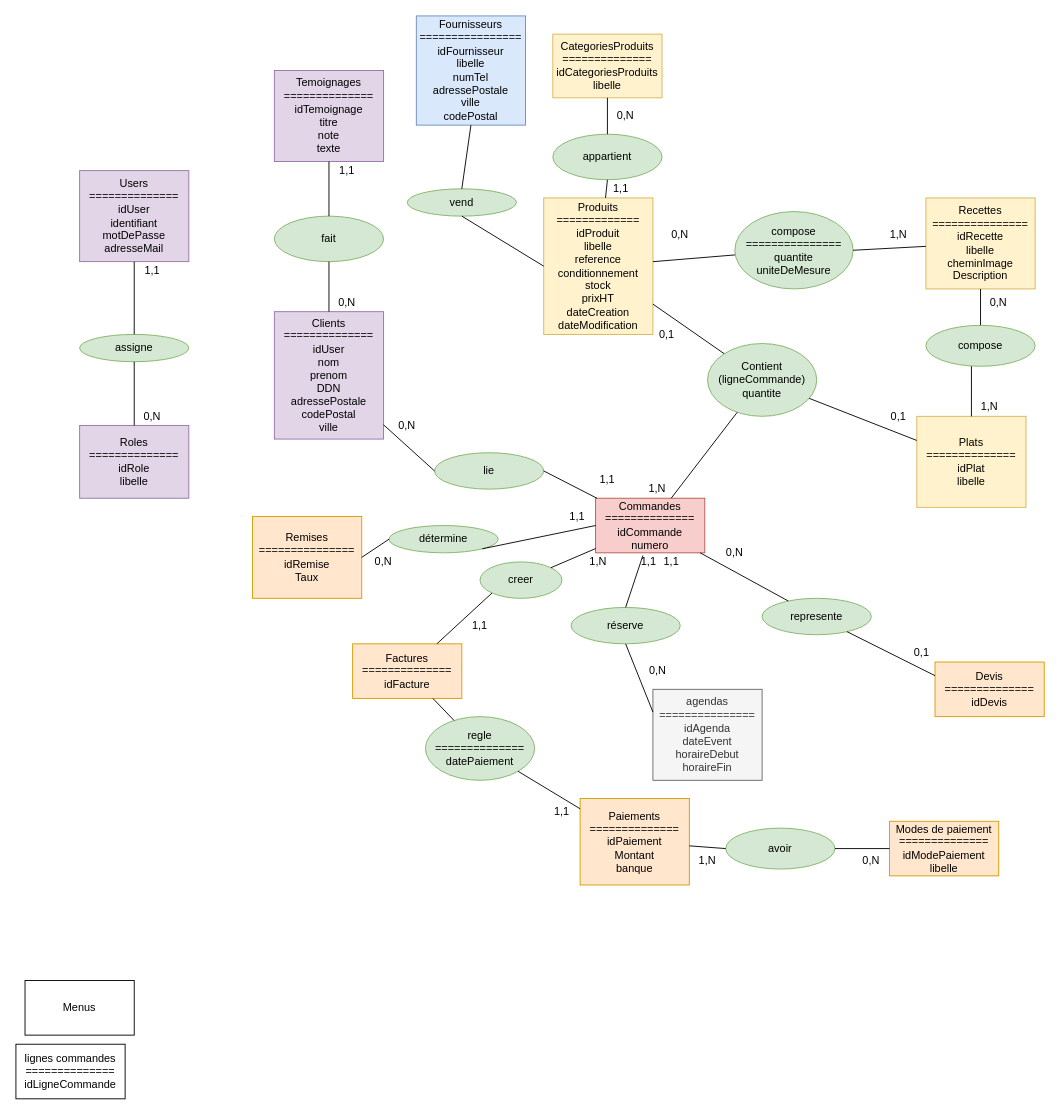
This is Documents/mcd_H2NCook(2).drawio from Quentin2706/H2NCook, a draw.io file, before an edit. Source tidied: cells renumbered, new cells numbered last; positions are measured from the earlier drawing's top-left corner, leaving out a move shared by most shapes. Both pictures are drawn from the tidied source at 91%, with x=0, y=0 at pixel (15, 15).
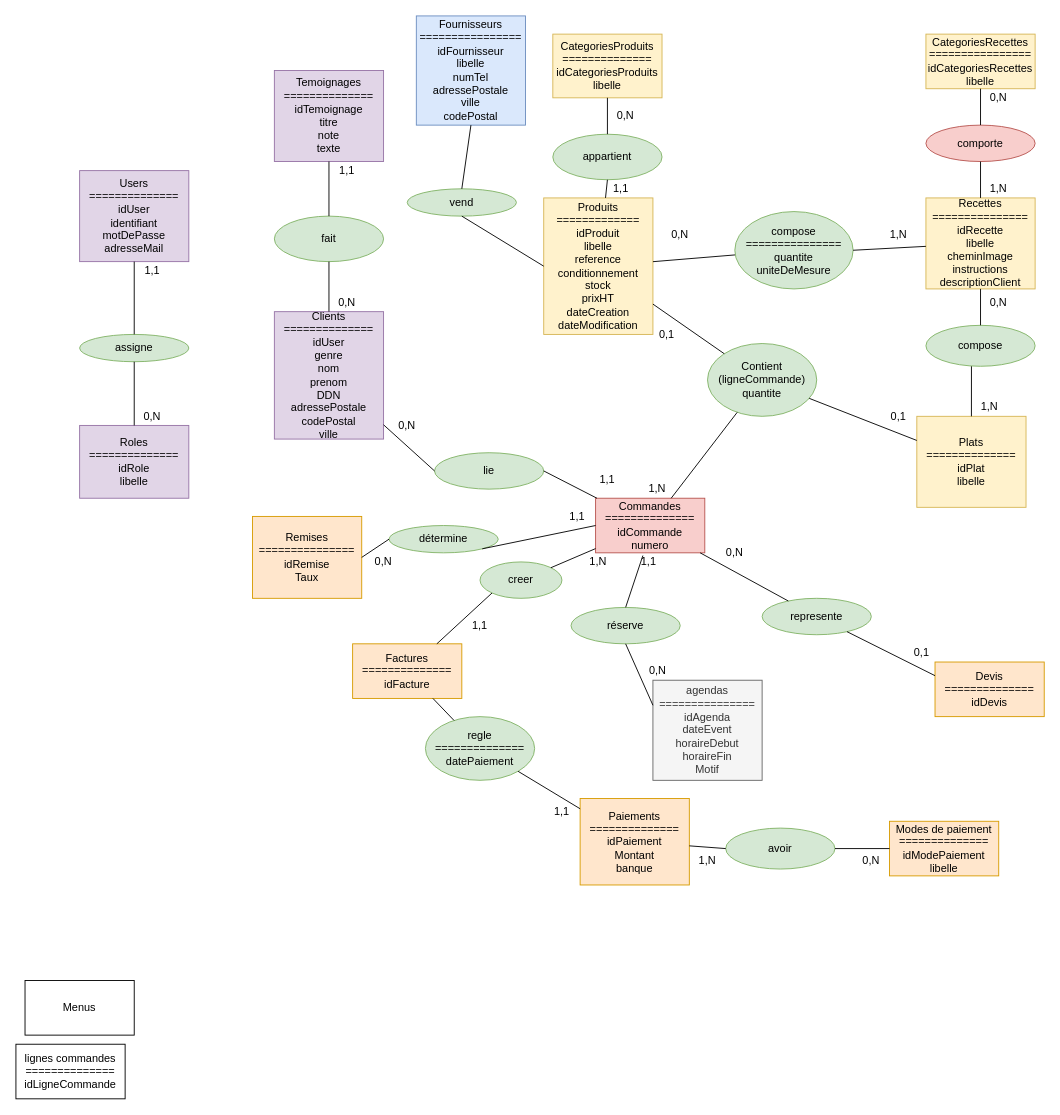
The same page after the edit.

Change to the diagram source:
```diff
@@
-    <mxCell id="4" value="Clients&lt;br&gt;==============&lt;br&gt;idUser&lt;br&gt;nom&lt;br&gt;prenom&lt;br&gt;DDN&lt;br&gt;adressePostale&lt;br&gt;codePostal&lt;br&gt;ville&lt;br&gt;" style="rounded=0;whiteSpace=wrap;html=1;fillColor=#e1d5e7;strokeColor=#9673a6;" parent="1" vertex="1">
+    <mxCell id="4" value="Clients&lt;br&gt;==============&lt;br&gt;idUser&lt;br&gt;genre&lt;br&gt;nom&lt;br&gt;prenom&lt;br&gt;DDN&lt;br&gt;adressePostale&lt;br&gt;codePostal&lt;br&gt;ville" style="rounded=0;whiteSpace=wrap;html=1;fillColor=#e1d5e7;strokeColor=#9673a6;" parent="1" vertex="1">
       <mxGeometry x="284" y="325" width="120" height="140" as="geometry" />
     </mxCell>
@@
-    <mxCell id="14" value="agendas&lt;br&gt;===============&lt;br&gt;idAgenda&lt;br&gt;dateEvent&lt;br&gt;horaireDebut&lt;br&gt;horaireFin&lt;br&gt;" style="rounded=0;whiteSpace=wrap;html=1;fillColor=#f5f5f5;strokeColor=#666666;fontColor=#333333;" parent="1" vertex="1">
-      <mxGeometry x="700" y="740" width="120" height="100" as="geometry" />
+    <mxCell id="14" value="agendas&lt;br&gt;===============&lt;br&gt;idAgenda&lt;br&gt;dateEvent&lt;br&gt;horaireDebut&lt;br&gt;horaireFin&lt;br&gt;Motif" style="rounded=0;whiteSpace=wrap;html=1;fillColor=#f5f5f5;strokeColor=#666666;fontColor=#333333;" parent="1" vertex="1">
+      <mxGeometry x="700" y="730" width="120" height="110" as="geometry" />
     </mxCell>
-    <mxCell id="15" value="Recettes&lt;br&gt;===============&lt;br&gt;idRecette&lt;br&gt;libelle&lt;br&gt;cheminImage&lt;br&gt;Description" style="rounded=0;whiteSpace=wrap;html=1;fillColor=#fff2cc;strokeColor=#d6b656;" parent="1" vertex="1">
+    <mxCell id="15" value="Recettes&lt;br&gt;===============&lt;br&gt;idRecette&lt;br&gt;libelle&lt;br&gt;cheminImage&lt;br&gt;instructions&lt;br&gt;descriptionClient" style="rounded=0;whiteSpace=wrap;html=1;fillColor=#fff2cc;strokeColor=#d6b656;" parent="1" vertex="1">
       <mxGeometry x="1000" y="200" width="120" height="100" as="geometry" />
     </mxCell>
@@
-    <mxCell id="79" value="1,1" style="text;html=1;align=center;verticalAlign=middle;" parent="1" vertex="1">
-      <mxGeometry x="705" y="590" width="30" height="20" as="geometry" />
-    </mxCell>
@@
+    <mxCell id="90" value="CategoriesRecettes&lt;br&gt;================&lt;br&gt;idCategoriesRecettes&lt;br&gt;libelle" style="rounded=0;whiteSpace=wrap;html=1;fillColor=#fff2cc;strokeColor=#d6b656;" parent="1" vertex="1">
+      <mxGeometry x="1000" y="20" width="120" height="60" as="geometry" />
+    </mxCell>
+    <mxCell id="91" value="comporte" style="ellipse;whiteSpace=wrap;html=1;fillColor=#f8cecc;strokeColor=#b85450;" parent="1" vertex="1">
+      <mxGeometry x="1000" y="120" width="120" height="40" as="geometry" />
+    </mxCell>
+    <mxCell id="92" style="endArrow=none;html=1;entryX=0.5;entryY=0;entryDx=0;entryDy=0;exitX=0.5;exitY=1;exitDx=0;exitDy=0;" parent="1" edge="1" source="91" target="15">
+      <mxGeometry relative="1" as="geometry" />
+    </mxCell>
+    <mxCell id="93" style="endArrow=none;html=1;entryX=0.5;entryY=1;entryDx=0;entryDy=0;exitX=0.5;exitY=0;exitDx=0;exitDy=0;" parent="1" edge="1" source="91" target="90">
+      <mxGeometry relative="1" as="geometry" />
+    </mxCell>
+    <mxCell id="94" value="0,N" style="text;html=1;strokeColor=none;fillColor=none;align=center;verticalAlign=middle;whiteSpace=wrap;rounded=0;" parent="1" vertex="1">
+      <mxGeometry x="1060" y="80" width="40" height="20" as="geometry" />
+    </mxCell>
+    <mxCell id="95" value="1,N" style="text;html=1;strokeColor=none;fillColor=none;align=center;verticalAlign=middle;whiteSpace=wrap;rounded=0;" parent="1" vertex="1">
+      <mxGeometry x="1060" y="180" width="40" height="20" as="geometry" />
+    </mxCell>
```
